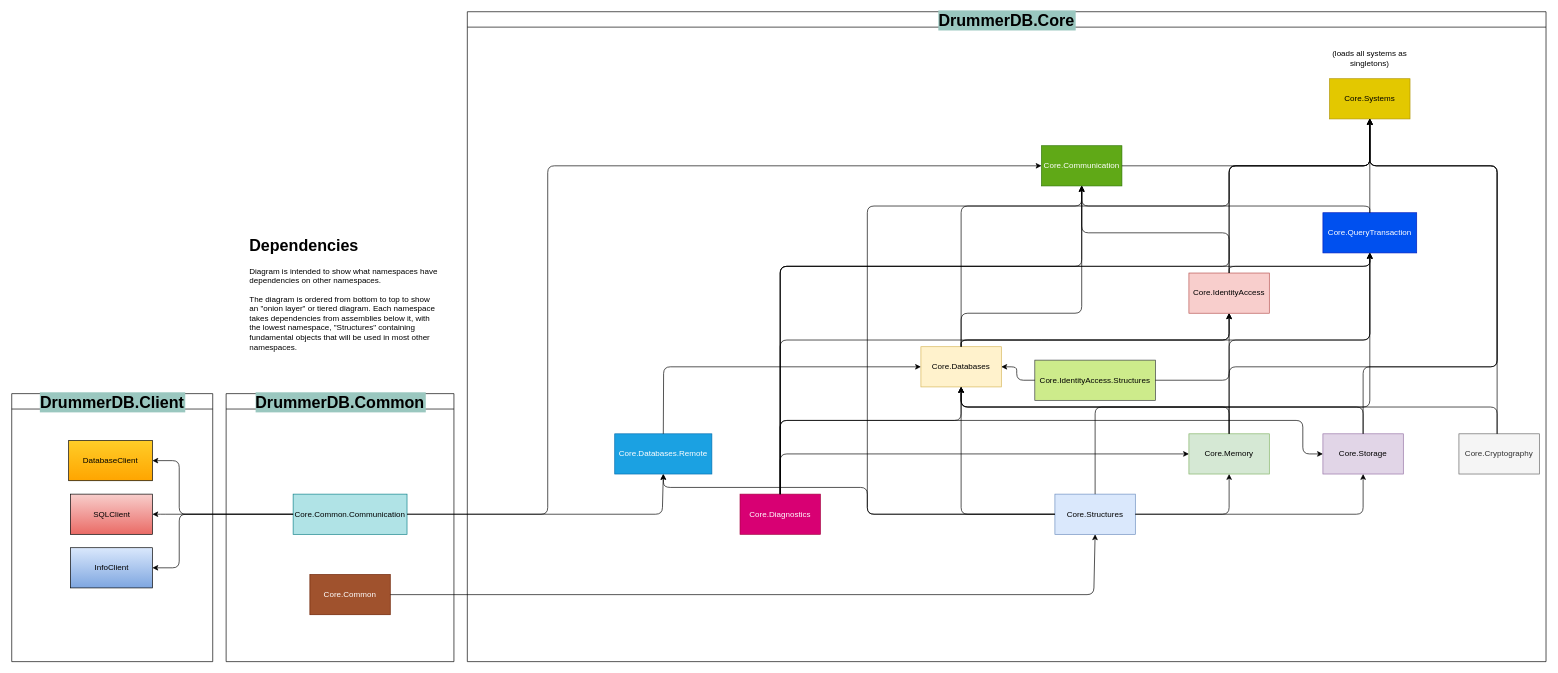
The draw.io diagram page "Dependencies" (2 of 3) of doc/versions/100/guide/Diagrams/Db_System.drawio in dynamoRando/DrummerDB, before the edit. Source tidied: cells renumbered, new cells numbered last; positions are measured from the earlier drawing's top-left corner, leaving out a move shared by most shapes. Both pictures are drawn from the tidied source at 67%, with x=0, y=0 at pixel (11, 11).
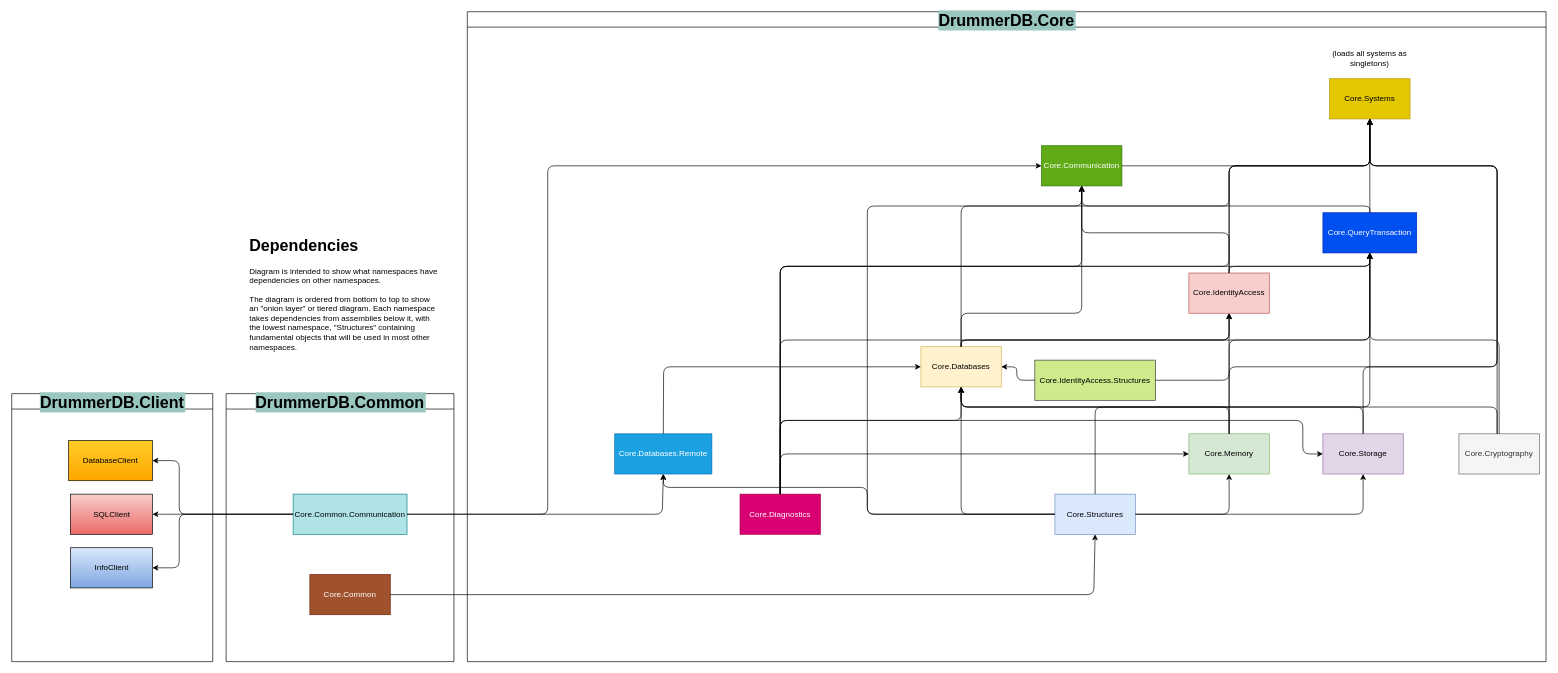
After the change.

The change refers to these unchanged cells:
```xml
<mxCell id="2" value="DrummerDB.Core" style="swimlane;labelBackgroundColor=#9AC7BF;fontSize=24;" parent="1" vertex="1">
  <mxGeometry x="680" width="1610" height="970" as="geometry" />
</mxCell>
<mxCell id="13" value="Core.QueryTransaction" style="rounded=0;whiteSpace=wrap;html=1;fillColor=#0050ef;strokeColor=#001DBC;fontColor=#ffffff;" parent="2" vertex="1">
  <mxGeometry x="1277" y="300" width="140" height="60" as="geometry" />
</mxCell>
```

What changed in the source:
```diff
@@
+    <mxCell id="64" style="endArrow=classic;html=1;rounded=1;edgeStyle=orthogonalEdgeStyle;entryX=0.5;entryY=1;entryDx=0;entryDy=0;" parent="2" edge="1" target="13">
+      <mxGeometry relative="1" as="geometry">
+        <mxPoint x="1540" y="630" as="sourcePoint" />
+        <Array as="points">
+          <mxPoint x="1540" y="490" />
+          <mxPoint x="1347" y="490" />
+        </Array>
+      </mxGeometry>
+    </mxCell>
```
